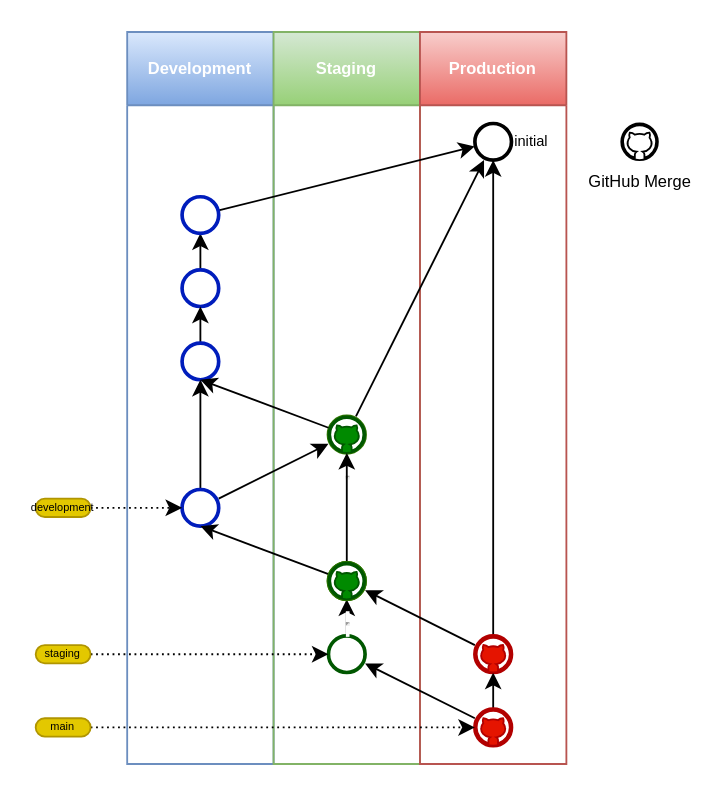
Earlier version of the draw.io diagram Git.drawio (manquintero/sre-bootcamp-capstone-project). Source tidied: cells renumbered, new cells numbered last; positions are measured from the earlier drawing's top-left corner, leaving out a move shared by most shapes. Both pictures are drawn from the tidied source at 183%, with x=0, y=0 at pixel (35, 31).
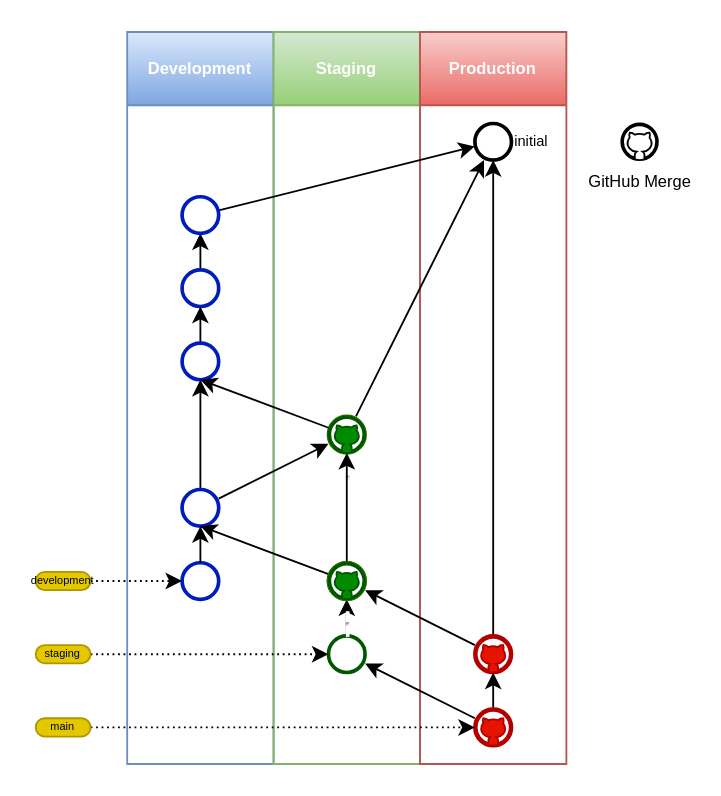
After the change.

The change refers to these unchanged cells:
```xml
<mxCell id="3" value="Development" style="swimlane;fontSize=9;startSize=40;fillColor=#dae8fc;strokeColor=#6c8ebf;gradientColor=#7ea6e0;fontColor=#FFFFFF;" parent="1" vertex="1">
  <mxGeometry x="50" width="80" height="400" as="geometry" />
</mxCell>
<mxCell id="22" style="html=1;verticalLabelPosition=bottom;labelBackgroundColor=#ffffff;verticalAlign=top;shadow=0;dashed=0;strokeWidth=2;shape=mxgraph.ios7.misc.circle;strokeColor=#001DBC;fillColor=#0050ef;fontColor=#ffffff;" parent="1" vertex="1">
  <mxGeometry x="80" y="250" width="20" height="20" as="geometry" />
</mxCell>
```

Change to the diagram source:
```diff
@@
+    <mxCell id="41" style="html=1;verticalLabelPosition=bottom;labelBackgroundColor=#ffffff;verticalAlign=top;shadow=0;dashed=0;strokeWidth=2;shape=mxgraph.ios7.misc.circle;strokeColor=#001DBC;fillColor=#0050ef;fontColor=#ffffff;" parent="3" vertex="1">
+      <mxGeometry x="30" y="290" width="20" height="20" as="geometry" />
+    </mxCell>
@@
-    <mxCell id="35" style="edgeStyle=none;rounded=0;jettySize=auto;html=1;fontSize=6;fontColor=#000000;endArrow=classic;endFill=1;dashed=1;dashPattern=1 2;" parent="1" edge="1" source="36" target="22">
+    <mxCell id="35" style="edgeStyle=none;rounded=0;jettySize=auto;html=1;fontSize=6;fontColor=#000000;endArrow=classic;endFill=1;dashed=1;dashPattern=1 2;" parent="1" edge="1" source="36" target="41">
       <mxGeometry relative="1" as="geometry" />
     </mxCell>
     <mxCell id="36" value="development&lt;br style=&quot;font-size: 6px;&quot;&gt;" style="rounded=1;whiteSpace=wrap;html=1;fontSize=6;fontColor=#000000;arcSize=50;fillColor=#e3c800;strokeColor=#B09500;" parent="1" vertex="1">
-      <mxGeometry y="255" width="30" height="10" as="geometry" />
+      <mxGeometry y="295" width="30" height="10" as="geometry" />
     </mxCell>
@@
+    <mxCell id="42" style="edgeStyle=none;rounded=0;jettySize=auto;html=1;fontSize=8;fontColor=default;endArrow=classic;endFill=1;" parent="1" edge="1" source="41" target="22">
+      <mxGeometry relative="1" as="geometry" />
+    </mxCell>
```
